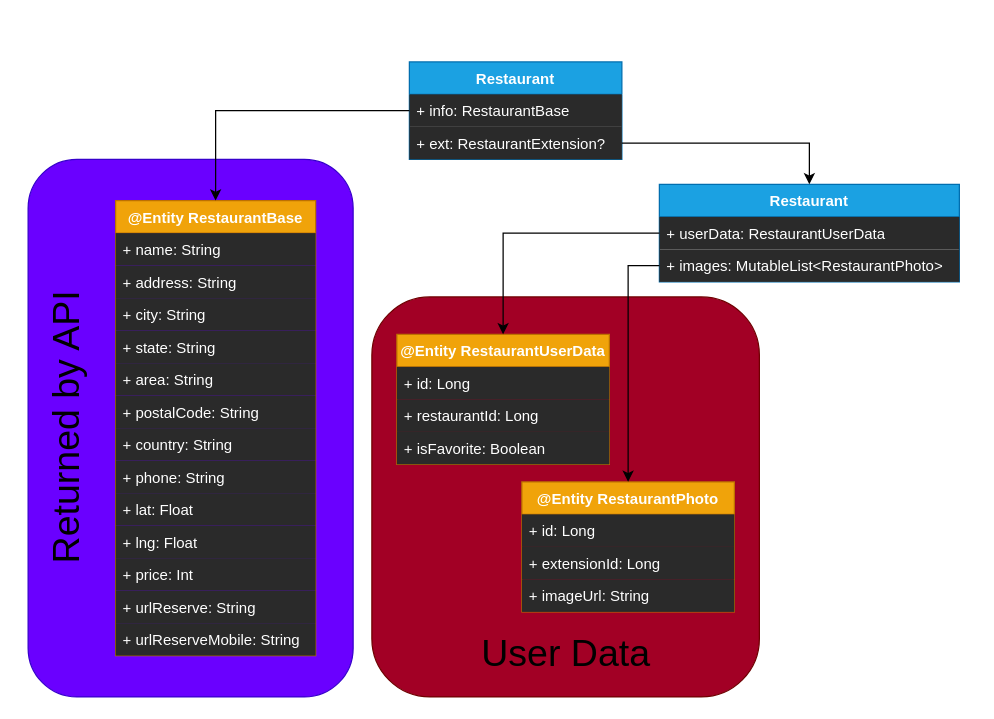
Above: docs/diagrams.drawio in hammasattila/Sapientia-2020-Android-Project (draw.io), before the change. Source tidied: cells renumbered, new cells numbered last; positions are measured from the earlier drawing's top-left corner, leaving out a move shared by most shapes. Both pictures are drawn from the tidied source at 125%, with x=0, y=0 at pixel (-79, 61).
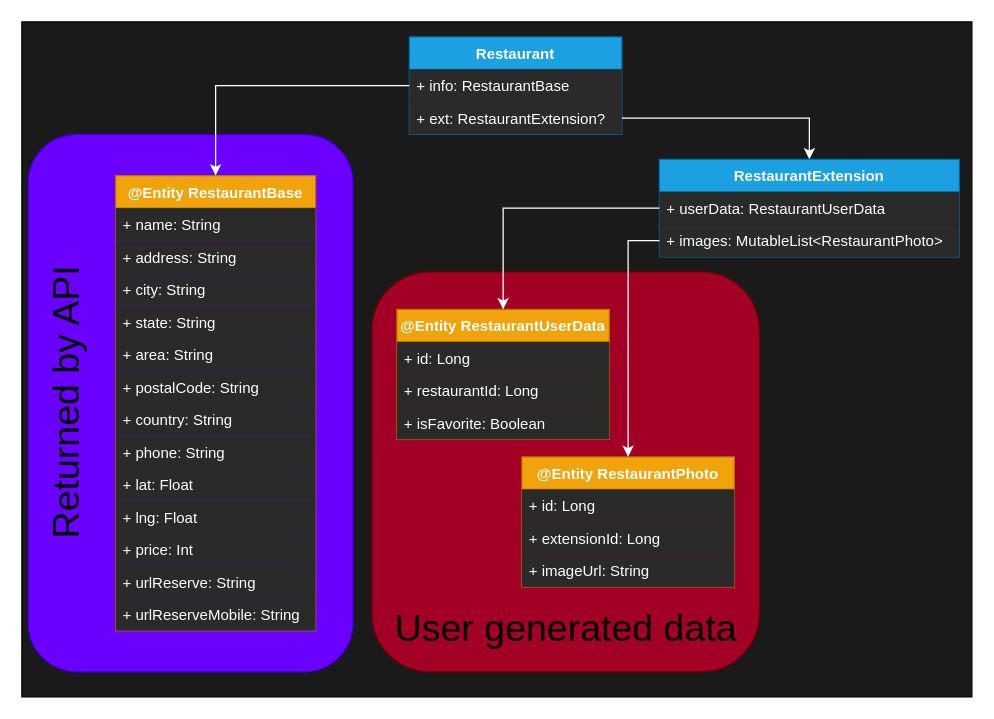
After the change.

Commit message (it also covers changes not shown here):
Fixed diagram readability.

The change refers to these unchanged cells:
```xml
<mxCell id="5" value="+ info: RestaurantBase" style="text;align=left;verticalAlign=top;spacingLeft=4;spacingRight=4;overflow=hidden;points=[[0,0.5],[1,0.5]];portConstraint=eastwest;fillColor=#2a2a2a;fontColor=#FFFFFF;" parent="4" vertex="1">
  <mxGeometry y="26" width="170" height="26" as="geometry" />
</mxCell>
<mxCell id="6" value="+ ext: RestaurantExtension?" style="text;align=left;verticalAlign=top;spacingLeft=4;spacingRight=4;overflow=hidden;points=[[0,0.5],[1,0.5]];portConstraint=eastwest;fillColor=#2a2a2a;fontColor=#FFFFFF;" parent="4" vertex="1">
  <mxGeometry y="52" width="170" height="26" as="geometry" />
</mxCell>
<mxCell id="24" value="+ userData: RestaurantUserData" style="text;strokeColor=none;align=left;verticalAlign=top;spacingLeft=4;spacingRight=4;overflow=hidden;points=[[0,0.5],[1,0.5]];portConstraint=eastwest;fillColor=#2a2a2a;fontColor=#FFFFFF;" parent="23" vertex="1">
  <mxGeometry y="26" width="240" height="26" as="geometry" />
</mxCell>
<mxCell id="25" value="+ images: MutableList&lt;RestaurantPhoto&gt;" style="text;strokeColor=none;align=left;verticalAlign=top;spacingLeft=4;spacingRight=4;overflow=hidden;points=[[0,0.5],[1,0.5]];portConstraint=eastwest;fillColor=#2a2a2a;fontColor=#FFFFFF;" parent="23" vertex="1">
  <mxGeometry y="52" width="240" height="26" as="geometry" />
</mxCell>
```

What changed in the source:
```diff
@@
+    <mxCell id="38" style="group;" parent="1" vertex="1">
+      <mxGeometry x="80" y="-32" width="760" height="540" as="geometry" />
+    </mxCell>
+    <mxCell id="39" style="rounded=0;whiteSpace=wrap;html=1;fillColor=#1A1A1A;" parent="38" vertex="1">
+      <mxGeometry width="760" height="540" as="geometry" />
+    </mxCell>
-    <mxCell id="2" style="rounded=1;whiteSpace=wrap;html=1;fillColor=#a20025;strokeColor=#6F0000;fontColor=#ffffff;" parent="1" vertex="1">
-      <mxGeometry x="360" y="188" width="310" height="320" as="geometry" />
+    <mxCell id="2" style="rounded=1;whiteSpace=wrap;html=1;fillColor=#a20025;strokeColor=#6F0000;fontColor=#ffffff;" parent="38" vertex="1">
+      <mxGeometry x="280" y="200" width="310" height="320" as="geometry" />
     </mxCell>
-    <mxCell id="3" style="rounded=1;whiteSpace=wrap;html=1;fillColor=#6a00ff;strokeColor=#3700CC;fontColor=#ffffff;" parent="1" vertex="1">
-      <mxGeometry x="85" y="78" width="260" height="430" as="geometry" />
+    <mxCell id="3" style="rounded=1;whiteSpace=wrap;html=1;fillColor=#6a00ff;strokeColor=#3700CC;fontColor=#ffffff;" parent="38" vertex="1">
+      <mxGeometry x="5" y="90" width="260" height="430" as="geometry" />
     </mxCell>
-    <mxCell id="4" value="Restaurant" style="swimlane;fontStyle=1;align=center;verticalAlign=top;horizontal=1;startSize=26;fillColor=#1ba1e2;strokeColor=#006EAF;fontColor=#ffffff;" parent="1" vertex="1">
-      <mxGeometry x="390" width="170" height="78" as="geometry" />
+    <mxCell id="4" value="Restaurant" style="swimlane;fontStyle=1;align=center;verticalAlign=top;horizontal=1;startSize=26;fillColor=#1ba1e2;strokeColor=#006EAF;fontColor=#ffffff;" parent="38" vertex="1">
+      <mxGeometry x="310" y="12" width="170" height="78" as="geometry" />
     </mxCell>
@@
-    <mxCell id="7" value="@Entity RestaurantBase" style="swimlane;fontStyle=1;align=center;verticalAlign=top;horizontal=1;startSize=26;fillColor=#f0a30a;strokeColor=#BD7000;fontColor=#ffffff;" parent="1" vertex="1">
-      <mxGeometry x="155" y="111" width="160" height="364" as="geometry" />
+    <mxCell id="7" value="@Entity RestaurantBase" style="swimlane;fontStyle=1;align=center;verticalAlign=top;horizontal=1;startSize=26;fillColor=#f0a30a;strokeColor=#BD7000;fontColor=#ffffff;" parent="38" vertex="1">
+      <mxGeometry x="75" y="123" width="160" height="364" as="geometry" />
     </mxCell>
@@
-    <mxCell id="21" value="&lt;font style=&quot;font-size: 30px&quot;&gt;Returned by API&lt;/font&gt;" style="text;html=1;align=center;verticalAlign=middle;rotation=-90;" parent="1" vertex="1">
-      <mxGeometry y="278" width="230" height="30" as="geometry" />
+    <mxCell id="21" value="&lt;font style=&quot;font-size: 30px&quot;&gt;Returned by API&lt;/font&gt;" style="text;html=1;align=center;verticalAlign=middle;rotation=-90;" parent="38" vertex="1">
+      <mxGeometry x="-80" y="290" width="230" height="30" as="geometry" />
     </mxCell>
-    <mxCell id="22" style="edgeStyle=orthogonalEdgeStyle;rounded=0;jettySize=auto;html=1;entryX=0.5;entryY=0;entryDx=0;entryDy=0;" parent="1" edge="1" source="5" target="7">
+    <mxCell id="22" style="edgeStyle=orthogonalEdgeStyle;rounded=0;jettySize=auto;html=1;entryX=0.5;entryY=0;entryDx=0;entryDy=0;strokeColor=#FFFFFF;" parent="38" edge="1" source="5" target="7">
       <mxGeometry relative="1" as="geometry" />
     </mxCell>
-    <mxCell id="23" value="Restaurant" style="swimlane;fontStyle=1;align=center;verticalAlign=top;horizontal=1;startSize=26;fillColor=#1ba1e2;strokeColor=#006EAF;fontColor=#ffffff;" parent="1" vertex="1">
-      <mxGeometry x="590" y="98" width="240" height="78" as="geometry" />
+    <mxCell id="23" value="RestaurantExtension" style="swimlane;fontStyle=1;align=center;verticalAlign=top;horizontal=1;startSize=26;fillColor=#1ba1e2;strokeColor=#006EAF;fontColor=#ffffff;" parent="38" vertex="1">
+      <mxGeometry x="510" y="110" width="240" height="78" as="geometry" />
     </mxCell>
@@
-    <mxCell id="26" style="edgeStyle=orthogonalEdgeStyle;rounded=0;jettySize=auto;html=1;entryX=0.5;entryY=0;entryDx=0;entryDy=0;" parent="1" edge="1" source="6" target="23">
+    <mxCell id="26" style="edgeStyle=orthogonalEdgeStyle;rounded=0;jettySize=auto;html=1;entryX=0.5;entryY=0;entryDx=0;entryDy=0;strokeColor=#FFFFFF;" parent="38" edge="1" source="6" target="23">
       <mxGeometry relative="1" as="geometry" />
     </mxCell>
-    <mxCell id="27" value="@Entity RestaurantUserData" style="swimlane;fontStyle=1;align=center;verticalAlign=top;horizontal=1;startSize=26;fillColor=#f0a30a;strokeColor=#BD7000;fontColor=#ffffff;" parent="1" vertex="1">
-      <mxGeometry x="380" y="218" width="170" height="104" as="geometry" />
+    <mxCell id="27" value="@Entity RestaurantUserData" style="swimlane;fontStyle=1;align=center;verticalAlign=top;horizontal=1;startSize=26;fillColor=#f0a30a;strokeColor=#BD7000;fontColor=#ffffff;" parent="38" vertex="1">
+      <mxGeometry x="300" y="230" width="170" height="104" as="geometry" />
     </mxCell>
@@
-    <mxCell id="31" style="edgeStyle=orthogonalEdgeStyle;rounded=0;jettySize=auto;html=1;entryX=0.5;entryY=0;entryDx=0;entryDy=0;" parent="1" edge="1" source="24" target="27">
+    <mxCell id="31" style="edgeStyle=orthogonalEdgeStyle;rounded=0;jettySize=auto;html=1;entryX=0.5;entryY=0;entryDx=0;entryDy=0;strokeColor=#FFFFFF;" parent="38" edge="1" source="24" target="27">
       <mxGeometry relative="1" as="geometry" />
     </mxCell>
-    <mxCell id="32" value="@Entity RestaurantPhoto" style="swimlane;fontStyle=1;align=center;verticalAlign=top;horizontal=1;startSize=26;fillColor=#f0a30a;strokeColor=#BD7000;fontColor=#ffffff;" parent="1" vertex="1">
-      <mxGeometry x="480" y="336" width="170" height="104" as="geometry" />
+    <mxCell id="32" value="@Entity RestaurantPhoto" style="swimlane;fontStyle=1;align=center;verticalAlign=top;horizontal=1;startSize=26;fillColor=#f0a30a;strokeColor=#BD7000;fontColor=#ffffff;" parent="38" vertex="1">
+      <mxGeometry x="400" y="348" width="170" height="104" as="geometry" />
     </mxCell>
@@
-    <mxCell id="36" style="edgeStyle=orthogonalEdgeStyle;rounded=0;jettySize=auto;html=1;entryX=0.5;entryY=0;entryDx=0;entryDy=0;" parent="1" edge="1" source="25" target="32">
+    <mxCell id="36" style="edgeStyle=orthogonalEdgeStyle;rounded=0;jettySize=auto;html=1;entryX=0.5;entryY=0;entryDx=0;entryDy=0;strokeColor=#FFFFFF;" parent="38" edge="1" source="25" target="32">
       <mxGeometry relative="1" as="geometry" />
     </mxCell>
-    <mxCell id="37" value="&lt;font style=&quot;font-size: 30px&quot;&gt;User Data&lt;br&gt;&lt;/font&gt;" style="text;html=1;align=center;verticalAlign=middle;rotation=0;" parent="1" vertex="1">
-      <mxGeometry x="440" y="458" width="150" height="30" as="geometry" />
+    <mxCell id="37" value="&lt;font style=&quot;font-size: 30px&quot;&gt;User generated data&lt;br&gt;&lt;/font&gt;" style="text;html=1;align=center;verticalAlign=middle;rotation=0;" parent="38" vertex="1">
+      <mxGeometry x="290" y="470" width="290" height="30" as="geometry" />
     </mxCell>
```
